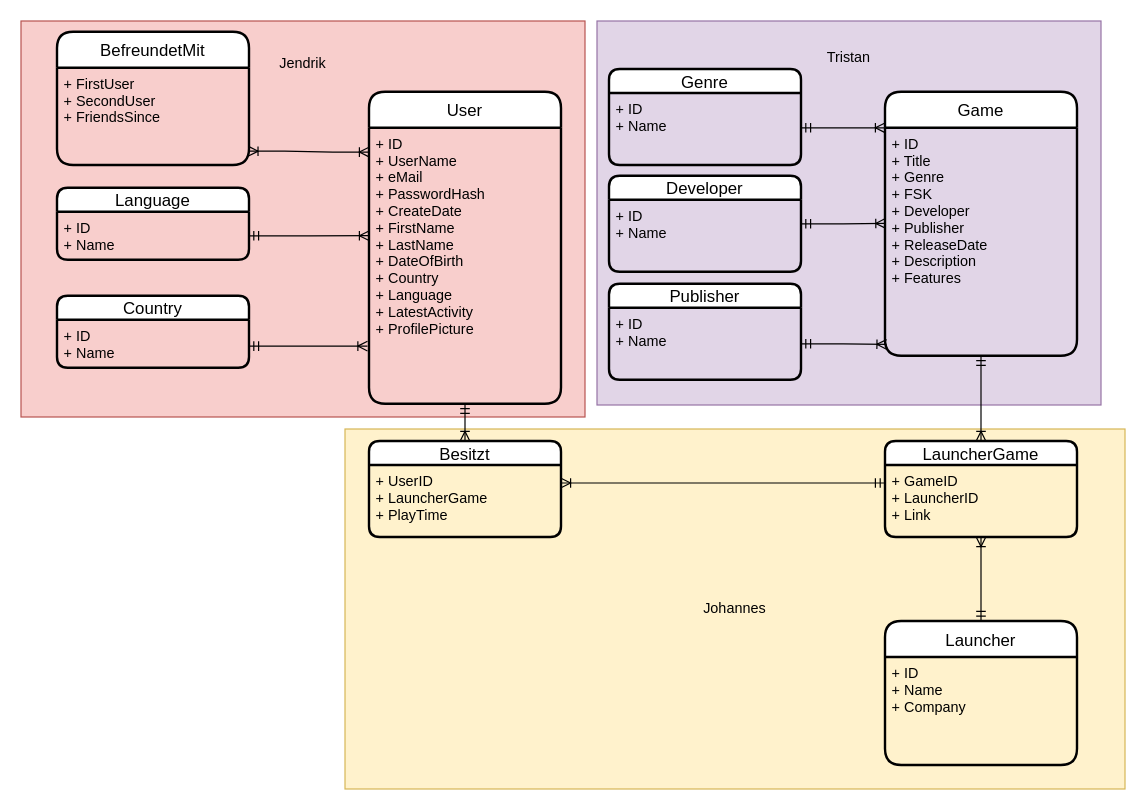
Above: Datenbankentechnologien - Datenbankprojekt.drawio in JendrikLudwig/Datenbanktechnologien (draw.io), before the change. Source tidied: cells renumbered, new cells numbered last; positions are measured from the earlier drawing's top-left corner, leaving out a move shared by most shapes. Both pictures are drawn from the tidied source at 120%, with x=0, y=0 at pixel (20, 20).
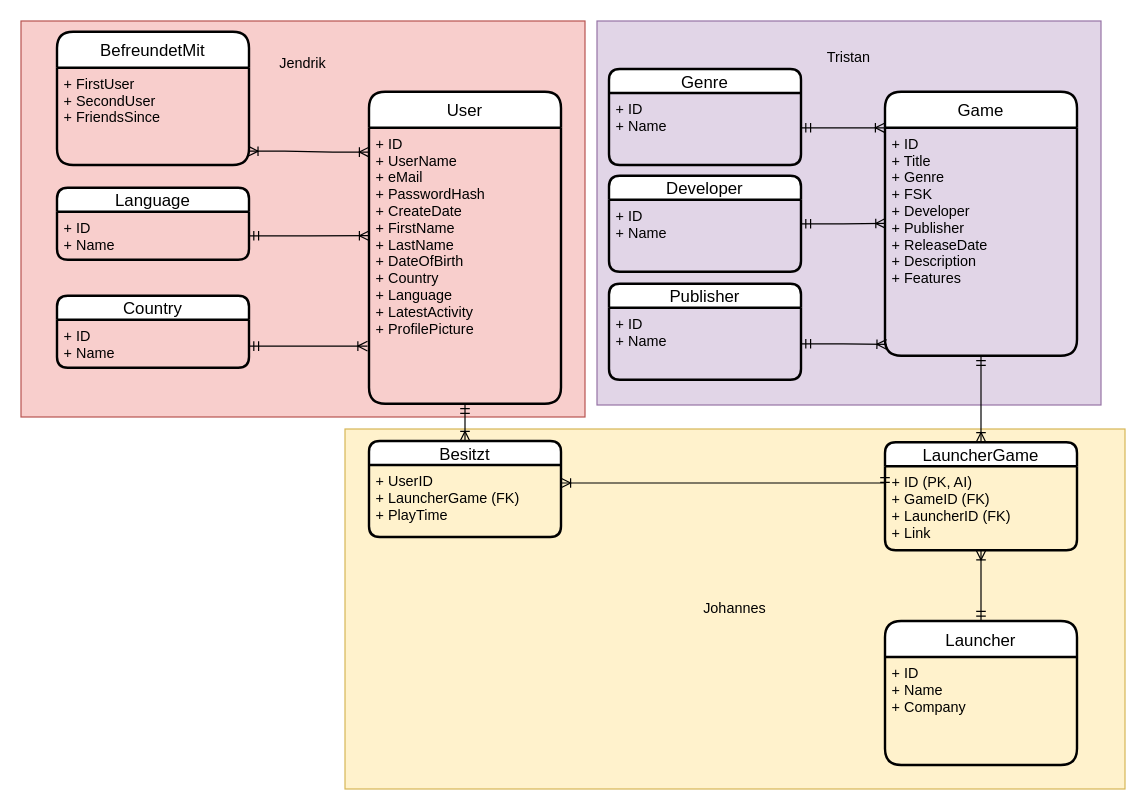
Above is the later version.

The change refers to these unchanged cells:
```xml
<mxCell id="14" value="Besitzt" style="swimlane;horizontal=1;startSize=20;rounded=1;fontSize=14;fontStyle=0;strokeWidth=2;shadow=0;dashed=0;align=center;" parent="1" vertex="1">
  <mxGeometry x="290" y="350" width="160" height="80" as="geometry" />
</mxCell>
```

Change to the diagram source:
```diff
@@
-    <mxCell id="15" value="+ UserID&#10;+ LauncherGame&#10;+ PlayTime" style="align=left;strokeColor=none;fillColor=none;spacingLeft=4;fontSize=12;verticalAlign=top;" parent="14" vertex="1">
+    <mxCell id="15" value="+ UserID&#10;+ LauncherGame (FK)&#10;+ PlayTime" style="align=left;strokeColor=none;fillColor=none;spacingLeft=4;fontSize=12;verticalAlign=top;" parent="14" vertex="1">
       <mxGeometry y="20" width="160" height="60" as="geometry" />
     </mxCell>
     <mxCell id="16" value="LauncherGame" style="swimlane;horizontal=1;startSize=20;rounded=1;fontSize=14;fontStyle=0;strokeWidth=2;shadow=0;dashed=0;align=center;" parent="1" vertex="1">
-      <mxGeometry x="720" y="350" width="160" height="80" as="geometry" />
+      <mxGeometry x="720" y="351" width="160" height="90" as="geometry" />
     </mxCell>
-    <mxCell id="17" value="+ GameID&#10;+ LauncherID&#10;+ Link" style="align=left;strokeColor=none;fillColor=none;spacingLeft=4;fontSize=12;verticalAlign=top;" parent="16" vertex="1">
-      <mxGeometry y="20" width="160" height="60" as="geometry" />
+    <mxCell id="17" value="+ ID (PK, AI)&#10;+ GameID (FK)&#10;+ LauncherID (FK) &#10;+ Link" style="align=left;strokeColor=none;fillColor=none;spacingLeft=4;fontSize=12;verticalAlign=top;" parent="16" vertex="1">
+      <mxGeometry y="20" width="160" height="70" as="geometry" />
     </mxCell>
@@
     <mxCell id="20" style="edgeStyle=orthogonalEdgeStyle;rounded=0;jettySize=auto;html=1;exitX=1;exitY=0.25;exitDx=0;exitDy=0;entryX=0;entryY=0.25;entryDx=0;entryDy=0;startArrow=ERoneToMany;startFill=0;endArrow=ERmandOne;endFill=0;" parent="1" edge="1" source="15" target="17">
-      <mxGeometry relative="1" as="geometry" />
+      <mxGeometry relative="1" as="geometry">
+        <Array as="points">
+          <mxPoint x="720" y="385" />
+        </Array>
+      </mxGeometry>
     </mxCell>
```
